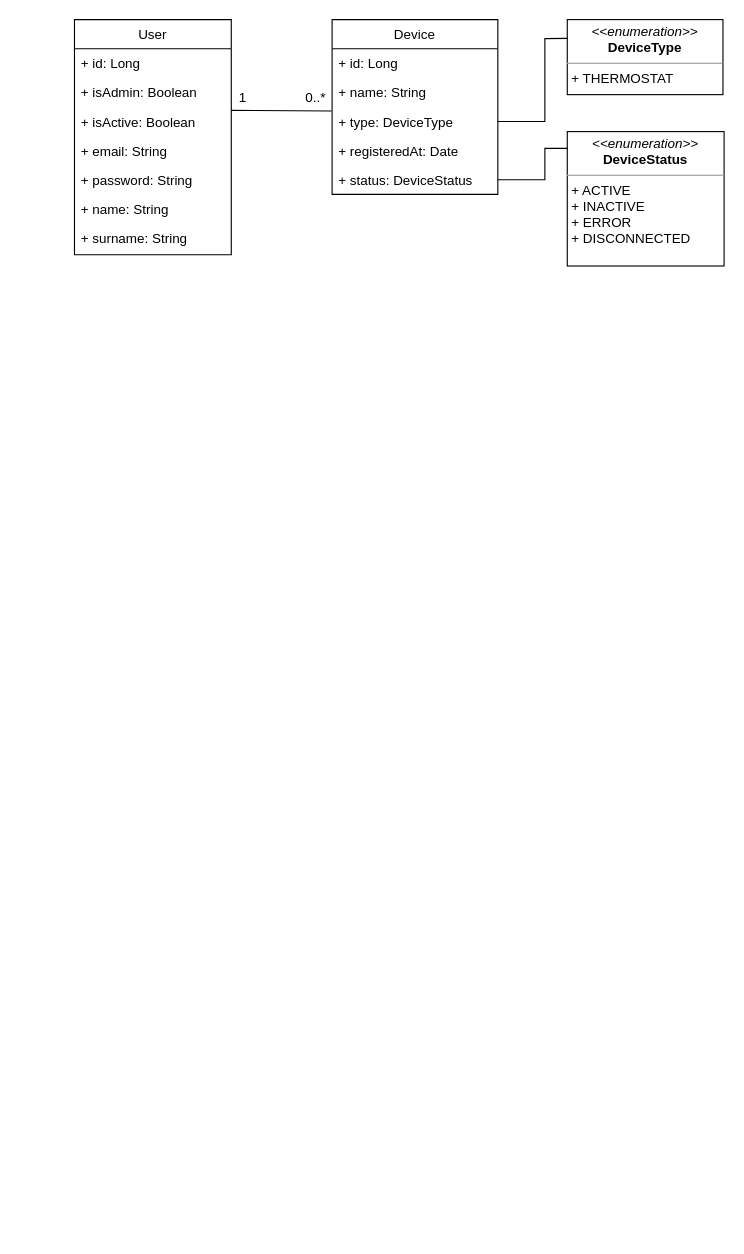
The draw.io diagram server/docs/ClassDiagramIOT.drawio in stranger08/iot-console, before the edit. Source tidied: cells renumbered, new cells numbered last; positions are measured from the earlier drawing's top-left corner, leaving out a move shared by most shapes. Both pictures are drawn from the tidied source at 112%, with x=0, y=0 at pixel (74, 19). Pictures stored in the file or linked from it are replaced by grey dashed boxes.
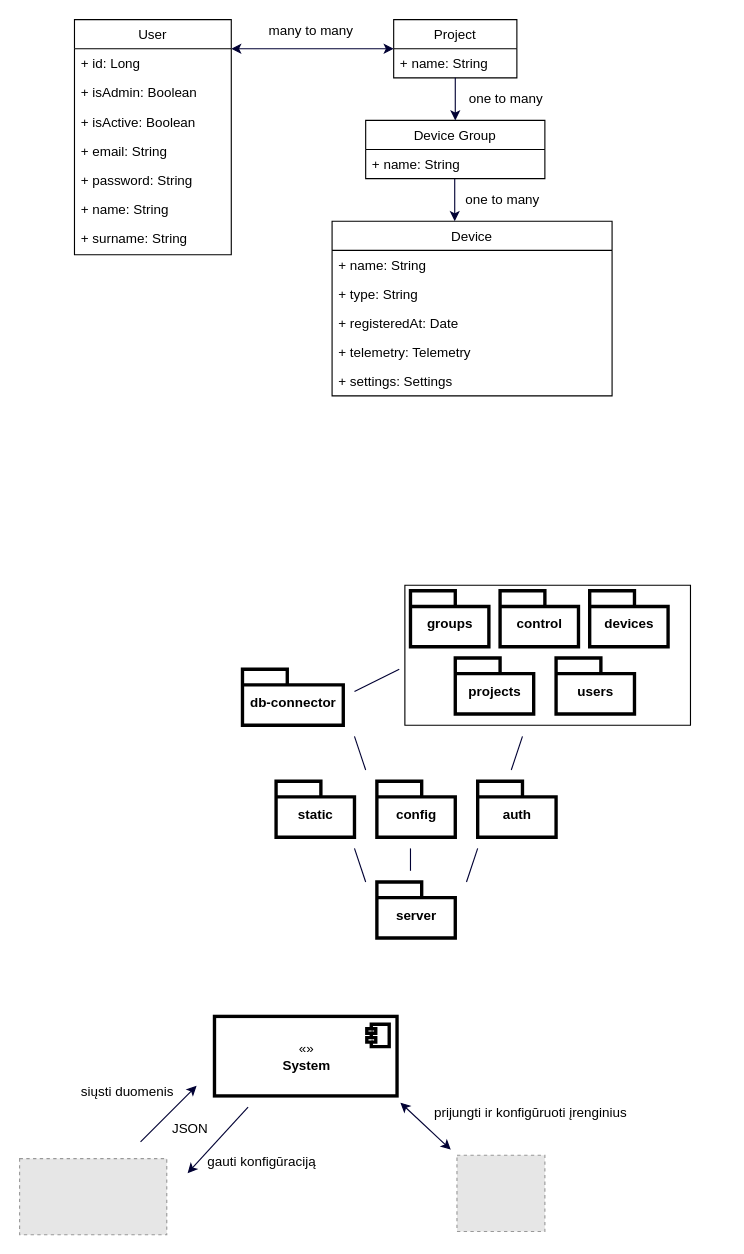
Above is the later version.

Unchanged cells that the change refers to:
```xml
<mxCell id="10" value="+ id: Long" style="text;strokeColor=none;fillColor=none;align=left;verticalAlign=top;spacingLeft=4;spacingRight=4;overflow=hidden;points=[[0,0.5],[1,0.5]];portConstraint=eastwest;" parent="9" vertex="1">
  <mxGeometry y="26" width="140" height="26" as="geometry" />
</mxCell>
```

What changed in the source:
```diff
@@
     <mxCell id="2" value="Device" style="swimlane;fontStyle=0;horizontal=1;startSize=26;fillColor=none;" parent="1" vertex="1">
-      <mxGeometry x="230" width="148" height="156" as="geometry" />
+      <mxGeometry x="230" y="180" width="250" height="156" as="geometry" />
     </mxCell>
-    <mxCell id="3" value="+ id: Long" style="text;strokeColor=none;fillColor=none;align=left;verticalAlign=top;spacingLeft=4;spacingRight=4;overflow=hidden;" parent="2" vertex="1">
-      <mxGeometry y="26" width="148" height="26" as="geometry" />
-    </mxCell>
     <mxCell id="4" value="+ name: String" style="text;strokeColor=none;fillColor=none;align=left;verticalAlign=top;spacingLeft=4;spacingRight=4;overflow=hidden;" parent="2" vertex="1">
-      <mxGeometry y="52" width="148" height="26" as="geometry" />
+      <mxGeometry y="26" width="250" height="26" as="geometry" />
     </mxCell>
-    <mxCell id="5" value="+ type: DeviceType" style="text;strokeColor=none;fillColor=none;align=left;verticalAlign=top;spacingLeft=4;spacingRight=4;overflow=hidden;points=[[0,0.5],[1,0.5]];portConstraint=eastwest;" parent="2" vertex="1">
-      <mxGeometry y="78" width="148" height="26" as="geometry" />
+    <mxCell id="5" value="+ type: String" style="text;strokeColor=none;fillColor=none;align=left;verticalAlign=top;spacingLeft=4;spacingRight=4;overflow=hidden;points=[[0,0.5],[1,0.5]];portConstraint=eastwest;" parent="2" vertex="1">
+      <mxGeometry y="52" width="250" height="26" as="geometry" />
     </mxCell>
     <mxCell id="6" value="+ registeredAt: Date" style="text;strokeColor=none;fillColor=none;align=left;verticalAlign=top;spacingLeft=4;spacingRight=4;overflow=hidden;" parent="2" vertex="1">
-      <mxGeometry y="104" width="148" height="26" as="geometry" />
+      <mxGeometry y="78" width="250" height="26" as="geometry" />
     </mxCell>
-    <mxCell id="7" value="+ status: DeviceStatus" style="text;strokeColor=none;fillColor=none;align=left;verticalAlign=top;spacingLeft=4;spacingRight=4;overflow=hidden;points=[[0,0.5],[1,0.5]];portConstraint=eastwest;" parent="2" vertex="1">
-      <mxGeometry y="130" width="148" height="26" as="geometry" />
-    </mxCell>
-    <mxCell id="8" value="&lt;p style=&quot;margin: 0px ; margin-top: 4px ; text-align: center&quot;&gt;&lt;i&gt;&amp;lt;&amp;lt;enumeration&amp;gt;&amp;gt;&lt;/i&gt;&lt;br&gt;&lt;b&gt;DeviceType&lt;/b&gt;&lt;/p&gt;&lt;hr size=&quot;1&quot;&gt;&lt;p style=&quot;margin: 0px ; margin-left: 4px&quot;&gt;+ THERMOSTAT&lt;br&gt;&lt;/p&gt;&lt;p style=&quot;margin: 0px ; margin-left: 4px&quot;&gt;&lt;br&gt;&lt;/p&gt;" style="verticalAlign=top;align=left;overflow=fill;fontSize=12;fontFamily=Helvetica;html=1;" parent="1" vertex="1">
-      <mxGeometry x="440" width="139" height="67" as="geometry" />
-    </mxCell>
+    <mxCell id="23" value="+ telemetry: Telemetry" style="text;strokeColor=none;fillColor=none;align=left;verticalAlign=top;spacingLeft=4;spacingRight=4;overflow=hidden;" parent="2" vertex="1">
+      <mxGeometry y="104" width="250" height="26" as="geometry" />
+    </mxCell>
+    <mxCell id="24" value="+ settings: Settings" style="text;strokeColor=none;fillColor=none;align=left;verticalAlign=top;spacingLeft=4;spacingRight=4;overflow=hidden;" parent="2" vertex="1">
+      <mxGeometry y="130" width="250" height="26" as="geometry" />
+    </mxCell>
@@
-    <mxCell id="17" style="endArrow=none;html=1;rounded=0;entryX=0.983;entryY=1.083;entryDx=0;entryDy=0;entryPerimeter=0;" parent="1" edge="1" target="19">
-      <mxGeometry relative="1" as="geometry">
-        <mxPoint x="140" y="81" as="sourcePoint" />
-      </mxGeometry>
-    </mxCell>
-    <mxCell id="18" value="1" style="text;html=1;align=center;verticalAlign=middle;strokeColor=none;fillColor=none;" parent="1" vertex="1">
-      <mxGeometry x="140" y="60" width="20" height="20" as="geometry" />
-    </mxCell>
-    <mxCell id="19" value="0..*" style="text;html=1;align=center;verticalAlign=middle;points=[];strokeColor=none;fillColor=none;" parent="1" vertex="1">
-      <mxGeometry x="200" y="60" width="30" height="20" as="geometry" />
-    </mxCell>
-    <mxCell id="20" style="endArrow=none;html=1;rounded=0;exitX=1;exitY=0.5;exitDx=0;exitDy=0;entryX=0;entryY=0.25;entryDx=0;entryDy=0;" parent="1" edge="1" source="5" target="8">
-      <mxGeometry relative="1" as="geometry">
-        <Array as="points">
-          <mxPoint x="420" y="91" />
-          <mxPoint x="420" y="17" />
-        </Array>
-      </mxGeometry>
-    </mxCell>
-    <mxCell id="21" value="&lt;p style=&quot;margin: 0px ; margin-top: 4px ; text-align: center&quot;&gt;&lt;i&gt;&amp;lt;&amp;lt;enumeration&amp;gt;&amp;gt;&lt;/i&gt;&lt;br&gt;&lt;b&gt;DeviceStatus&lt;/b&gt;&lt;/p&gt;&lt;hr size=&quot;1&quot;&gt;&lt;p style=&quot;margin: 0px ; margin-left: 4px&quot;&gt;+ ACTIVE&lt;/p&gt;&lt;p style=&quot;margin: 0px ; margin-left: 4px&quot;&gt;+ INACTIVE&lt;/p&gt;&lt;p style=&quot;margin: 0px ; margin-left: 4px&quot;&gt;+ ERROR&lt;/p&gt;&lt;p style=&quot;margin: 0px ; margin-left: 4px&quot;&gt;+ DISCONNECTED&lt;br&gt;&lt;br&gt;&lt;/p&gt;&lt;p style=&quot;margin: 0px ; margin-left: 4px&quot;&gt;&lt;br&gt;&lt;/p&gt;&lt;p style=&quot;margin: 0px ; margin-left: 4px&quot;&gt;&lt;br&gt;&lt;/p&gt;" style="verticalAlign=top;align=left;overflow=fill;fontSize=12;fontFamily=Helvetica;html=1;" parent="1" vertex="1">
-      <mxGeometry x="440" y="100" width="140" height="120" as="geometry" />
-    </mxCell>
-    <mxCell id="22" style="endArrow=none;html=1;rounded=0;exitX=1;exitY=0.5;exitDx=0;exitDy=0;entryX=0.002;entryY=0.125;entryDx=0;entryDy=0;entryPerimeter=0;" parent="1" edge="1" source="7" target="21">
-      <mxGeometry relative="1" as="geometry">
-        <Array as="points">
-          <mxPoint x="420" y="143" />
-          <mxPoint x="420" y="115" />
-        </Array>
-      </mxGeometry>
-    </mxCell>
+    <mxCell id="25" value="Project" style="swimlane;fontStyle=0;horizontal=1;startSize=26;fillColor=none;" parent="1" vertex="1">
+      <mxGeometry x="285" width="110" height="52" as="geometry" />
+    </mxCell>
+    <mxCell id="26" value="+ name: String" style="text;strokeColor=none;fillColor=none;align=left;verticalAlign=top;spacingLeft=4;spacingRight=4;overflow=hidden;points=[[0,0.5],[1,0.5]];portConstraint=eastwest;" parent="25" vertex="1">
+      <mxGeometry y="26" width="110" height="26" as="geometry" />
+    </mxCell>
+    <mxCell id="27" value="Device Group" style="swimlane;fontStyle=0;horizontal=1;startSize=26;fillColor=none;" parent="1" vertex="1">
+      <mxGeometry x="260" y="90" width="160" height="52" as="geometry" />
+    </mxCell>
+    <mxCell id="28" value="+ name: String" style="text;strokeColor=none;fillColor=none;align=left;verticalAlign=top;spacingLeft=4;spacingRight=4;overflow=hidden;" parent="27" vertex="1">
+      <mxGeometry y="26" width="160" height="26" as="geometry" />
+    </mxCell>
+    <mxCell id="29" value="many to many" style="text;html=1;align=center;verticalAlign=middle;strokeColor=none;fillColor=none;" parent="1" vertex="1">
+      <mxGeometry x="168" y="1" width="85" height="18" as="geometry" />
+    </mxCell>
+    <mxCell id="30" style="endArrow=none;html=1;rounded=0;strokeColor=#000033;strokeWidth=1;exitX=0.5;exitY=0;exitDx=0;exitDy=0;startArrow=classic;startFill=1;" parent="1" edge="1" source="27" target="26">
+      <mxGeometry relative="1" as="geometry" />
+    </mxCell>
+    <mxCell id="31" style="endArrow=none;html=1;rounded=0;strokeColor=#000033;strokeWidth=1;exitX=0.5;exitY=0;exitDx=0;exitDy=0;startArrow=classic;startFill=1;" parent="1" edge="1">
+      <mxGeometry relative="1" as="geometry">
+        <mxPoint x="339.5" y="180" as="sourcePoint" />
+        <mxPoint x="339.5" y="142" as="targetPoint" />
+      </mxGeometry>
+    </mxCell>
+    <mxCell id="32" value="one to many" style="text;html=1;align=center;verticalAlign=middle;strokeColor=none;fillColor=none;" parent="1" vertex="1">
+      <mxGeometry x="347" y="62" width="76" height="18" as="geometry" />
+    </mxCell>
+    <mxCell id="33" value="one to many" style="text;html=1;align=center;verticalAlign=middle;strokeColor=none;fillColor=none;" parent="1" vertex="1">
+      <mxGeometry x="344" y="152" width="76" height="18" as="geometry" />
+    </mxCell>
+    <mxCell id="34" style="endArrow=classic;html=1;rounded=0;strokeColor=#000033;strokeWidth=1;exitX=1;exitY=0;exitDx=0;exitDy=0;exitPerimeter=0;entryX=0;entryY=0.5;entryDx=0;entryDy=0;startArrow=classic;startFill=1;endFill=1;" parent="1" edge="1" source="10" target="25">
+      <mxGeometry relative="1" as="geometry" />
+    </mxCell>
+    <mxCell id="35" value="server" style="shape=folder;fontStyle=1;spacingTop=10;tabWidth=40;tabHeight=14;tabPosition=left;html=1;strokeColor=#000000;strokeWidth=3;fillColor=none;" parent="1" vertex="1">
+      <mxGeometry x="270" y="770" width="70" height="50" as="geometry" />
+    </mxCell>
+    <mxCell id="36" value="static" style="shape=folder;fontStyle=1;spacingTop=10;tabWidth=40;tabHeight=14;tabPosition=left;html=1;strokeColor=#000000;strokeWidth=3;fillColor=none;" parent="1" vertex="1">
+      <mxGeometry x="180" y="680" width="70" height="50" as="geometry" />
+    </mxCell>
+    <mxCell id="37" value="devices" style="shape=folder;fontStyle=1;spacingTop=10;tabWidth=40;tabHeight=14;tabPosition=left;html=1;strokeColor=#000000;strokeWidth=3;fillColor=none;" parent="1" vertex="1">
+      <mxGeometry x="460" y="510" width="70" height="50" as="geometry" />
+    </mxCell>
+    <mxCell id="38" value="control" style="shape=folder;fontStyle=1;spacingTop=10;tabWidth=40;tabHeight=14;tabPosition=left;html=1;strokeColor=#000000;strokeWidth=3;fillColor=none;" parent="1" vertex="1">
+      <mxGeometry x="380" y="510" width="70" height="50" as="geometry" />
+    </mxCell>
+    <mxCell id="39" value="users" style="shape=folder;fontStyle=1;spacingTop=10;tabWidth=40;tabHeight=14;tabPosition=left;html=1;strokeColor=#000000;strokeWidth=3;fillColor=none;" parent="1" vertex="1">
+      <mxGeometry x="430" y="570" width="70" height="50" as="geometry" />
+    </mxCell>
+    <mxCell id="40" value="auth" style="shape=folder;fontStyle=1;spacingTop=10;tabWidth=40;tabHeight=14;tabPosition=left;html=1;strokeColor=#000000;strokeWidth=3;fillColor=none;" parent="1" vertex="1">
+      <mxGeometry x="360" y="680" width="70" height="50" as="geometry" />
+    </mxCell>
+    <mxCell id="41" value="groups" style="shape=folder;fontStyle=1;spacingTop=10;tabWidth=40;tabHeight=14;tabPosition=left;html=1;strokeColor=#000000;strokeWidth=3;fillColor=none;" parent="1" vertex="1">
+      <mxGeometry x="300" y="510" width="70" height="50" as="geometry" />
+    </mxCell>
+    <mxCell id="42" value="projects" style="shape=folder;fontStyle=1;spacingTop=10;tabWidth=40;tabHeight=14;tabPosition=left;html=1;strokeColor=#000000;strokeWidth=3;fillColor=none;" parent="1" vertex="1">
+      <mxGeometry x="340" y="570" width="70" height="50" as="geometry" />
+    </mxCell>
+    <mxCell id="43" value="db-connector" style="shape=folder;fontStyle=1;spacingTop=10;tabWidth=40;tabHeight=14;tabPosition=left;html=1;strokeColor=#000000;strokeWidth=3;fillColor=none;" parent="1" vertex="1">
+      <mxGeometry x="150" y="580" width="90" height="50" as="geometry" />
+    </mxCell>
+    <mxCell id="44" value="config" style="shape=folder;fontStyle=1;spacingTop=10;tabWidth=40;tabHeight=14;tabPosition=left;html=1;strokeColor=#000000;strokeWidth=3;fillColor=none;" parent="1" vertex="1">
+      <mxGeometry x="270" y="680" width="70" height="50" as="geometry" />
+    </mxCell>
+    <mxCell id="45" style="verticalLabelPosition=bottom;verticalAlign=top;html=1;shape=mxgraph.basic.rect;fillColor2=none;strokeWidth=1;size=20;indent=5;fillColor=none;" parent="1" vertex="1">
+      <mxGeometry x="295" y="505" width="255" height="125" as="geometry" />
+    </mxCell>
+    <mxCell id="46" style="endArrow=none;html=1;rounded=0;strokeColor=#000033;strokeWidth=1;" parent="1" edge="1">
+      <mxGeometry relative="1" as="geometry">
+        <mxPoint x="390" y="670" as="sourcePoint" />
+        <mxPoint x="400" y="640" as="targetPoint" />
+      </mxGeometry>
+    </mxCell>
+    <mxCell id="47" style="endArrow=none;html=1;rounded=0;strokeColor=#000033;strokeWidth=1;" parent="1" edge="1">
+      <mxGeometry relative="1" as="geometry">
+        <mxPoint x="350" y="770" as="sourcePoint" />
+        <mxPoint x="360" y="740" as="targetPoint" />
+      </mxGeometry>
+    </mxCell>
+    <mxCell id="48" style="endArrow=none;html=1;rounded=0;strokeColor=#000033;strokeWidth=1;" parent="1" edge="1">
+      <mxGeometry relative="1" as="geometry">
+        <mxPoint x="260" y="770" as="sourcePoint" />
+        <mxPoint x="250" y="740" as="targetPoint" />
+      </mxGeometry>
+    </mxCell>
+    <mxCell id="49" style="endArrow=none;html=1;rounded=0;strokeColor=#000033;strokeWidth=1;" parent="1" edge="1">
+      <mxGeometry relative="1" as="geometry">
+        <mxPoint x="260" y="670" as="sourcePoint" />
+        <mxPoint x="250" y="640" as="targetPoint" />
+      </mxGeometry>
+    </mxCell>
+    <mxCell id="50" style="endArrow=none;html=1;rounded=0;strokeColor=#000033;strokeWidth=1;" parent="1" edge="1">
+      <mxGeometry relative="1" as="geometry">
+        <mxPoint x="250" y="600" as="sourcePoint" />
+        <mxPoint x="290" y="580" as="targetPoint" />
+      </mxGeometry>
+    </mxCell>
+    <mxCell id="51" style="endArrow=none;html=1;rounded=0;strokeColor=#000033;strokeWidth=1;" parent="1" edge="1">
+      <mxGeometry relative="1" as="geometry">
+        <mxPoint x="300" y="760" as="sourcePoint" />
+        <mxPoint x="300" y="740" as="targetPoint" />
+      </mxGeometry>
+    </mxCell>
+    <mxCell id="52" style="fillColor=#E6E6E6;strokeColor=#999999;dashed=1;verticalLabelPosition=bottom;verticalAlign=top;" parent="1" vertex="1">
+      <mxGeometry x="-49" y="1017" width="131.4" height="68" as="geometry" />
+    </mxCell>
+    <mxCell id="53" style="fillColor=#E6E6E6;strokeColor=#999999;dashed=1;verticalLabelPosition=bottom;verticalAlign=top;" parent="1" vertex="1">
+      <mxGeometry x="341.5" y="1014" width="78.5" height="68" as="geometry" />
+    </mxCell>
+    <mxCell id="54" value="«»&lt;br&gt;&lt;b&gt;System&lt;/b&gt;" style="html=1;strokeColor=#000000;strokeWidth=3;fillColor=none;" parent="1" vertex="1">
+      <mxGeometry x="125" y="890" width="163" height="71" as="geometry" />
+    </mxCell>
+    <mxCell id="55" style="shape=module;jettyWidth=8;jettyHeight=4;strokeColor=#000000;strokeWidth=3;fillColor=none;" parent="54" vertex="1">
+      <mxGeometry x="1" width="20" height="20" relative="1" as="geometry">
+        <mxPoint x="-27" y="7" as="offset" />
+      </mxGeometry>
+    </mxCell>
+    <mxCell id="56" style="endArrow=classic;html=1;rounded=0;strokeColor=#000033;strokeWidth=1;" parent="1" edge="1">
+      <mxGeometry relative="1" as="geometry">
+        <mxPoint x="59" y="1002" as="sourcePoint" />
+        <mxPoint x="109" y="952" as="targetPoint" />
+      </mxGeometry>
+    </mxCell>
+    <mxCell id="57" style="endArrow=classic;html=1;rounded=0;strokeColor=#000033;strokeWidth=1;" parent="1" edge="1">
+      <mxGeometry relative="1" as="geometry">
+        <mxPoint x="155" y="971" as="sourcePoint" />
+        <mxPoint x="101" y="1030" as="targetPoint" />
+      </mxGeometry>
+    </mxCell>
+    <mxCell id="58" style="endArrow=classic;startArrow=classic;html=1;rounded=0;strokeColor=#000033;strokeWidth=1;" parent="1" edge="1">
+      <mxGeometry relative="1" as="geometry">
+        <mxPoint x="336" y="1009" as="sourcePoint" />
+        <mxPoint x="291" y="967" as="targetPoint" />
+      </mxGeometry>
+    </mxCell>
+    <mxCell id="59" value="siųsti duomenis" style="text;html=1;align=center;verticalAlign=middle;strokeColor=none;fillColor=none;" parent="1" vertex="1">
+      <mxGeometry y="949" width="93" height="18" as="geometry" />
+    </mxCell>
+    <mxCell id="60" value="gauti konfigūraciją" style="text;html=1;align=center;verticalAlign=middle;strokeColor=none;fillColor=none;" parent="1" vertex="1">
+      <mxGeometry x="113" y="1011" width="107" height="18" as="geometry" />
+    </mxCell>
+    <mxCell id="61" value="JSON" style="text;html=1;align=center;verticalAlign=middle;strokeColor=none;fillColor=none;" parent="1" vertex="1">
+      <mxGeometry x="82.4" y="982" width="42" height="18" as="geometry" />
+    </mxCell>
+    <mxCell id="62" value="prijungti ir konfigūruoti įrenginius" style="text;html=1;align=center;verticalAlign=middle;strokeColor=none;fillColor=none;" parent="1" vertex="1">
+      <mxGeometry x="316" y="967" width="182" height="18" as="geometry" />
+    </mxCell>
```
